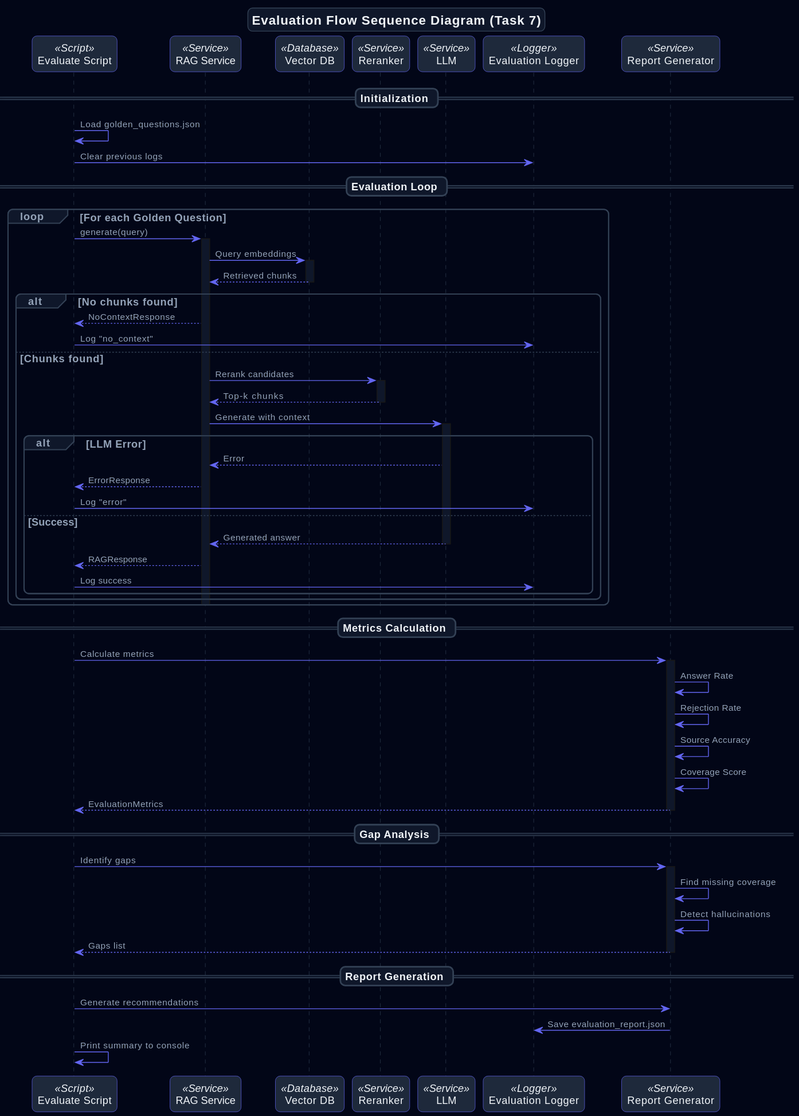
This is docs/diagrams/img/evaluation_sequence.svg from agredyaev/architecture-pro-quantum-forge, a PlantUML export, as it was before one commit.
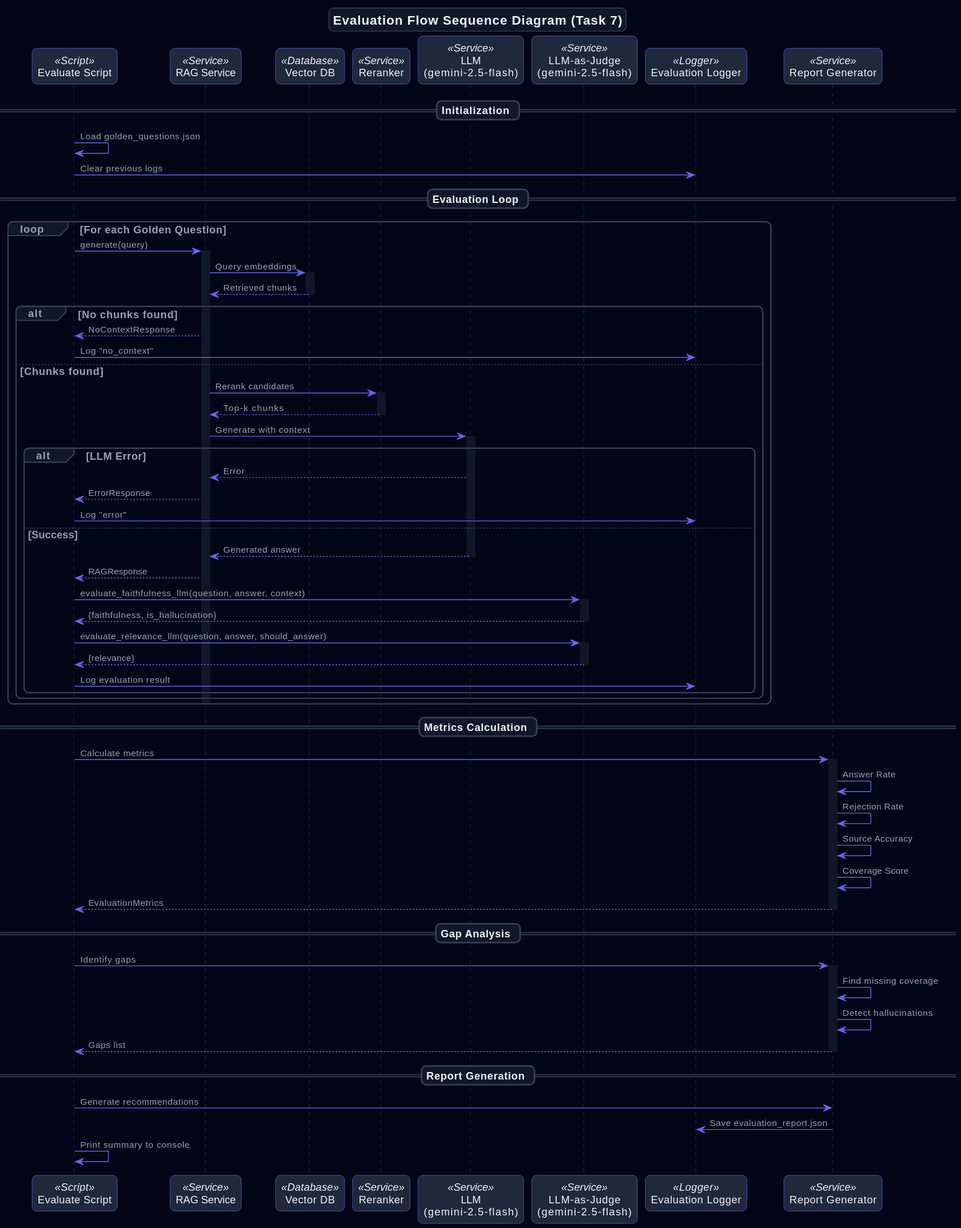
Later version of the same file.

Change to the diagram source:
```diff
@@ -81,7 +81,8 @@
 participant "RAG Service" as RAG <<Service>>
 participant "Vector DB" as VDB <<Database>>
 participant "Reranker" as RR <<Service>>
-participant "LLM" as LLM <<Service>>
+participant "LLM\n(gemini-2.5-flash)" as LLM <<Service>>
+participant "LLM-as-Judge\n(gemini-2.5-flash)" as Judge <<Service>>
 participant "Evaluation Logger" as Log <<Logger>>
 participant "Report Generator" as Report <<Service>>
 
@@ -119,7 +120,18 @@
             LLM --> RAG: Generated answer
             deactivate LLM
             RAG --> Eval: RAGResponse
-            Eval -> Log: Log success
+
+            Eval -> Judge: evaluate_faithfulness_llm(question, answer, context)
+            activate Judge
+            Judge --> Eval: {faithfulness, is_hallucination}
+            deactivate Judge
+
+            Eval -> Judge: evaluate_relevance_llm(question, answer, should_answer)
+            activate Judge
+            Judge --> Eval: {relevance}
+            deactivate Judge
+
+            Eval -> Log: Log evaluation result
         end
     end
     deactivate RAG
```
